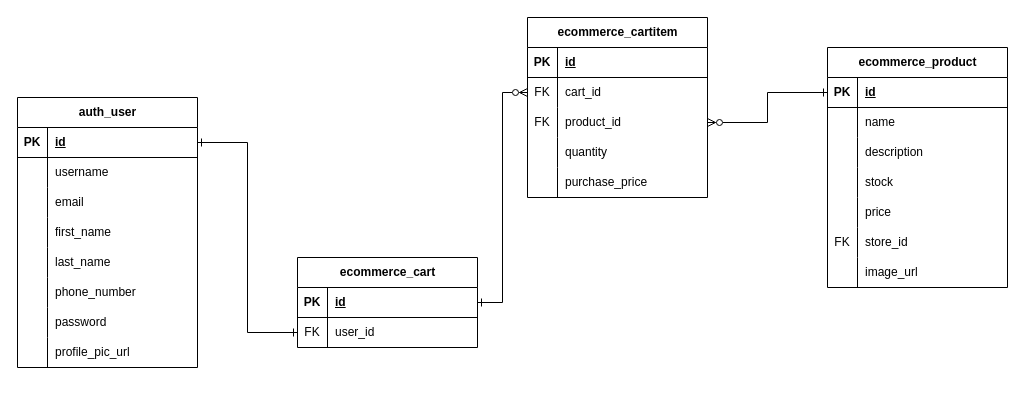
Above: page "Add products to cart" (2 of 3) of E-Commerce API ERD.drawio in RHILIUS/drawio (draw.io), before the change. Source tidied: cells renumbered, new cells numbered last; positions are measured from the earlier drawing's top-left corner, leaving out a move shared by most shapes. Both pictures are drawn from the tidied source at 100%, with x=0, y=0 at pixel (17, 17).
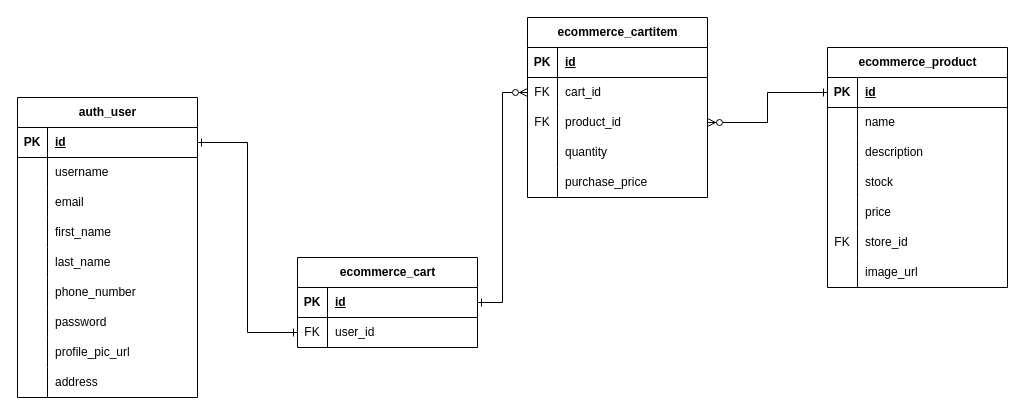
The same page after the edit.

Commit message (it also covers changes not shown here):
feat: add address field to auth_user

What changed in the source:
```diff
@@
     <mxCell id="31" value="auth_user" style="shape=table;startSize=30;childLayout=tableLayout;rowLines=0;fontStyle=1;align=center;html=1;" parent="1" vertex="1">
-      <mxGeometry y="80" width="180" height="270" as="geometry" />
+      <mxGeometry y="80" width="180" height="300" as="geometry" />
     </mxCell>
@@
+    <mxCell id="75" style="shape=tableRow;horizontal=0;startSize=0;swimlaneHead=0;swimlaneBody=0;fillColor=none;top=0;left=0;right=0;bottom=0;" parent="31" vertex="1">
+      <mxGeometry y="270" width="180" height="30" as="geometry" />
+    </mxCell>
+    <mxCell id="76" style="shape=partialRectangle;fillColor=none;top=0;left=0;bottom=0;right=0;overflow=hidden;whiteSpace=wrap;html=1;" parent="75" vertex="1">
+      <mxGeometry width="30" height="30" as="geometry" />
+    </mxCell>
+    <mxCell id="77" value="address" style="shape=partialRectangle;fillColor=none;top=0;left=0;bottom=0;right=0;align=left;spacingLeft=6;overflow=hidden;whiteSpace=wrap;html=1;" parent="75" vertex="1">
+      <mxGeometry x="30" width="150" height="30" as="geometry" />
+    </mxCell>
```
